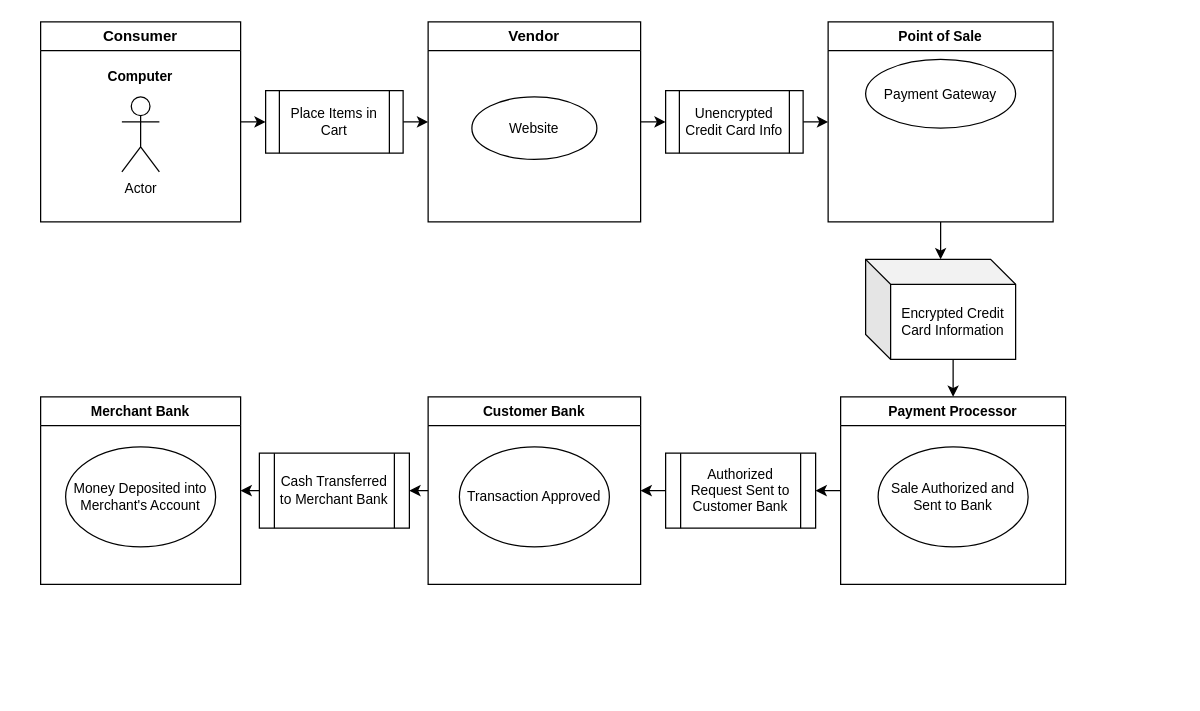
Earlier version of the draw.io diagram Credit Card Transaction Threat Model.drawio (oliverfanderson/DATA599-02-Diagrams). Source tidied: cells renumbered, new cells numbered last; positions are measured from the earlier drawing's top-left corner, leaving out a move shared by most shapes. Both pictures are drawn from the tidied source at 125%, with x=0, y=0 at pixel (21, 21).
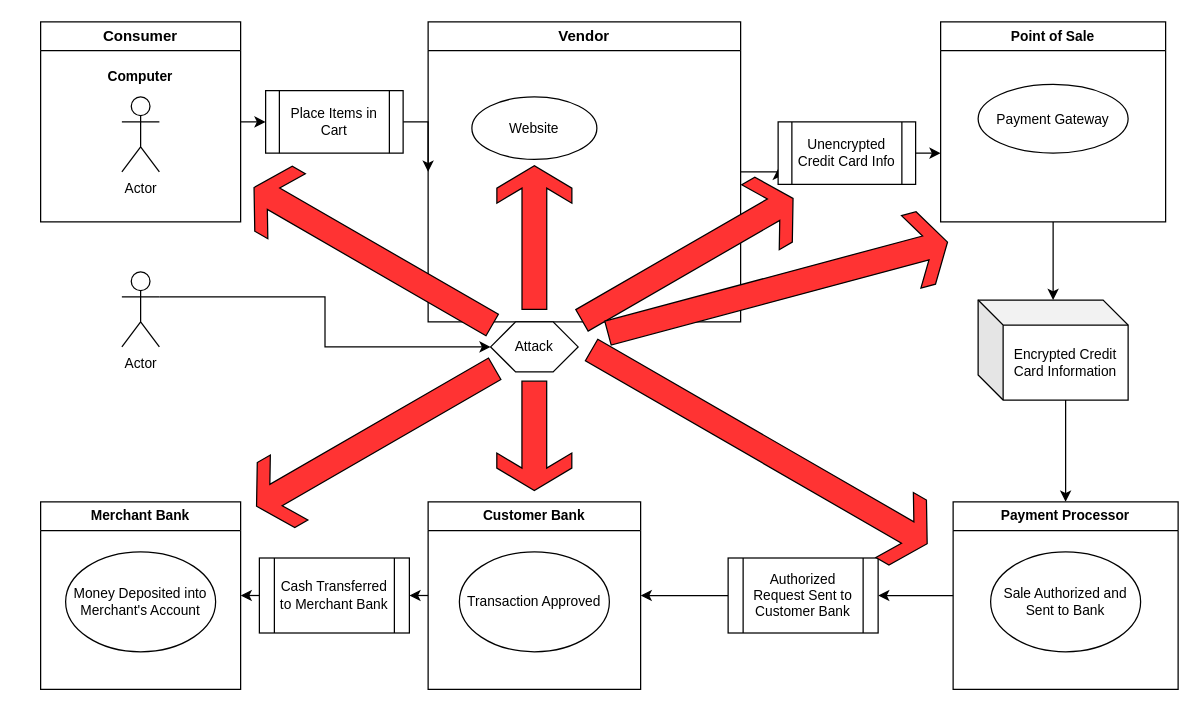
After the change.

What changed in the source:
```diff
@@
-    <mxCell id="6" style="edgeStyle=orthogonalEdgeStyle;rounded=0;jettySize=auto;html=1;exitX=1;exitY=0.5;exitDx=0;exitDy=0;entryX=0;entryY=0.5;entryDx=0;entryDy=0;fontSize=11;" parent="1" edge="1" source="7" target="24">
+    <mxCell id="6" style="edgeStyle=orthogonalEdgeStyle;rounded=0;jettySize=auto;html=1;exitX=1;exitY=0.5;exitDx=0;exitDy=0;entryX=0;entryY=0.75;entryDx=0;entryDy=0;fontSize=11;fontColor=#000000;" parent="1" edge="1" source="7" target="24">
       <mxGeometry relative="1" as="geometry" />
     </mxCell>
     <mxCell id="7" value="Vendor" style="swimlane;whiteSpace=wrap;html=1;" parent="1" vertex="1">
-      <mxGeometry x="325" width="170" height="160" as="geometry" />
+      <mxGeometry x="325" width="250" height="240" as="geometry" />
     </mxCell>
@@
+    <mxCell id="31" style="html=1;shadow=0;dashed=0;align=center;verticalAlign=middle;shape=mxgraph.arrows2.sharpArrow;dy1=0.67;dx1=18;dx2=18;notch=0;fontSize=11;fontColor=#000000;rotation=-90;labelBorderColor=none;fillColor=#FF3333;" parent="7" vertex="1">
+      <mxGeometry x="27.5" y="142.5" width="115" height="60" as="geometry" />
+    </mxCell>
+    <mxCell id="32" style="html=1;shadow=0;dashed=0;align=center;verticalAlign=middle;shape=mxgraph.arrows2.sharpArrow;dy1=0.67;dx1=18;dx2=18;notch=0;fontSize=11;fontColor=#000000;rotation=-30;labelBorderColor=none;fillColor=#FF3333;" parent="7" vertex="1">
+      <mxGeometry x="110" y="160" width="195" height="60" as="geometry" />
+    </mxCell>
+    <mxCell id="33" style="html=1;shadow=0;dashed=0;align=center;verticalAlign=middle;shape=mxgraph.arrows2.sharpArrow;dy1=0.67;dx1=18;dx2=18;notch=0;fontSize=11;fontColor=#000000;rotation=-150;labelBorderColor=none;fillColor=#FF3333;" parent="7" vertex="1">
+      <mxGeometry x="-154" y="157.5" width="220" height="60" as="geometry" />
+    </mxCell>
@@
     <mxCell id="11" value="Point of Sale" style="swimlane;whiteSpace=wrap;html=1;fontSize=11;" parent="1" vertex="1">
-      <mxGeometry x="645" width="180" height="160" as="geometry" />
+      <mxGeometry x="735" width="180" height="160" as="geometry" />
     </mxCell>
     <mxCell id="12" value="Payment Gateway" style="ellipse;whiteSpace=wrap;html=1;fontSize=11;" parent="11" vertex="1">
-      <mxGeometry x="30" y="30" width="120" height="55" as="geometry" />
+      <mxGeometry x="30" y="50" width="120" height="55" as="geometry" />
     </mxCell>
@@
     <mxCell id="14" value="Encrypted Credit Card Information" style="shape=cube;whiteSpace=wrap;html=1;boundedLbl=1;backgroundOutline=1;darkOpacity=0.05;darkOpacity2=0.1;fontSize=11;" parent="1" vertex="1">
-      <mxGeometry x="675" y="190" width="120" height="80" as="geometry" />
+      <mxGeometry x="765" y="222.5" width="120" height="80" as="geometry" />
     </mxCell>
@@
     <mxCell id="16" value="Payment Processor" style="swimlane;whiteSpace=wrap;html=1;fontSize=11;" parent="1" vertex="1">
-      <mxGeometry x="655" y="300" width="180" height="150" as="geometry" />
+      <mxGeometry x="745" y="383.9" width="180" height="150" as="geometry" />
     </mxCell>
@@
     <mxCell id="19" value="Customer Bank" style="swimlane;whiteSpace=wrap;html=1;fontSize=11;" parent="1" vertex="1">
-      <mxGeometry x="325" y="300" width="170" height="150" as="geometry" />
+      <mxGeometry x="325" y="383.9" width="170" height="150" as="geometry" />
     </mxCell>
@@
     <mxCell id="21" value="Merchant Bank" style="swimlane;whiteSpace=wrap;html=1;fontSize=11;" parent="1" vertex="1">
-      <mxGeometry x="15" y="300" width="160" height="150" as="geometry" />
+      <mxGeometry x="15" y="383.9" width="160" height="150" as="geometry" />
     </mxCell>
@@
-    <mxCell id="23" style="edgeStyle=orthogonalEdgeStyle;rounded=0;jettySize=auto;html=1;exitX=1;exitY=0.5;exitDx=0;exitDy=0;entryX=0;entryY=0.5;entryDx=0;entryDy=0;fontSize=11;" parent="1" edge="1" source="24" target="11">
-      <mxGeometry relative="1" as="geometry" />
-    </mxCell>
+    <mxCell id="34" style="edgeStyle=orthogonalEdgeStyle;rounded=0;jettySize=auto;html=1;exitX=1;exitY=0.5;exitDx=0;exitDy=0;fontSize=11;fontColor=#000000;" parent="1" edge="1" source="24">
+      <mxGeometry relative="1" as="geometry">
+        <mxPoint x="735" y="105" as="targetPoint" />
+      </mxGeometry>
+    </mxCell>
     <mxCell id="24" value="Unencrypted Credit Card Info" style="shape=process;whiteSpace=wrap;html=1;backgroundOutline=1;fontSize=11;" parent="1" vertex="1">
-      <mxGeometry x="515" y="55" width="110" height="50" as="geometry" />
+      <mxGeometry x="605" y="80" width="110" height="50" as="geometry" />
     </mxCell>
@@
     <mxCell id="28" value="Authorized Request Sent to Customer Bank" style="shape=process;whiteSpace=wrap;html=1;backgroundOutline=1;fontSize=11;" parent="1" vertex="1">
-      <mxGeometry x="515" y="345" width="120" height="60" as="geometry" />
+      <mxGeometry x="565" y="428.9" width="120" height="60" as="geometry" />
     </mxCell>
@@
     <mxCell id="30" value="Cash Transferred to Merchant Bank" style="shape=process;whiteSpace=wrap;html=1;backgroundOutline=1;fontSize=11;" parent="1" vertex="1">
-      <mxGeometry x="190" y="345" width="120" height="60" as="geometry" />
+      <mxGeometry x="190" y="428.9" width="120" height="60" as="geometry" />
     </mxCell>
+    <mxCell id="35" style="edgeStyle=orthogonalEdgeStyle;rounded=0;jettySize=auto;html=1;exitX=1;exitY=0.3333333333333333;exitDx=0;exitDy=0;exitPerimeter=0;entryX=0;entryY=0.5;entryDx=0;entryDy=0;fontSize=11;" parent="1" edge="1" source="36" target="37">
+      <mxGeometry relative="1" as="geometry" />
+    </mxCell>
+    <mxCell id="36" value="Actor" style="shape=umlActor;verticalLabelPosition=bottom;verticalAlign=top;html=1;outlineConnect=0;fontSize=11;" parent="1" vertex="1">
+      <mxGeometry x="80" y="200" width="30" height="60" as="geometry" />
+    </mxCell>
+    <mxCell id="37" value="Attack" style="shape=hexagon;perimeter=hexagonPerimeter2;whiteSpace=wrap;html=1;fixedSize=1;fontSize=11;" parent="1" vertex="1">
+      <mxGeometry x="375" y="240" width="70" height="40" as="geometry" />
+    </mxCell>
+    <mxCell id="38" style="html=1;shadow=0;dashed=0;align=center;verticalAlign=middle;shape=mxgraph.arrows2.sharpArrow;dy1=0.67;dx1=18;dx2=18;notch=0;fontSize=11;fontColor=#000000;rotation=-15;labelBorderColor=none;fillColor=#FF3333;" parent="1" vertex="1">
+      <mxGeometry x="464.1" y="182.6" width="281.2" height="60" as="geometry" />
+    </mxCell>
+    <mxCell id="39" style="html=1;shadow=0;dashed=0;align=center;verticalAlign=middle;shape=mxgraph.arrows2.sharpArrow;dy1=0.67;dx1=18;dx2=18;notch=0;fontSize=11;fontColor=#000000;rotation=30;labelBorderColor=none;fillColor=#FF3333;" parent="1" vertex="1">
+      <mxGeometry x="435" y="310" width="310" height="60" as="geometry" />
+    </mxCell>
+    <mxCell id="40" style="html=1;shadow=0;dashed=0;align=center;verticalAlign=middle;shape=mxgraph.arrows2.sharpArrow;dy1=0.67;dx1=18;dx2=18;notch=0;fontSize=11;fontColor=#000000;rotation=90;labelBorderColor=none;fillColor=#FF3333;" parent="1" vertex="1">
+      <mxGeometry x="366.2" y="301.2" width="87.5" height="60" as="geometry" />
+    </mxCell>
+    <mxCell id="41" style="html=1;shadow=0;dashed=0;align=center;verticalAlign=middle;shape=mxgraph.arrows2.sharpArrow;dy1=0.67;dx1=18;dx2=18;notch=0;fontSize=11;fontColor=#000000;rotation=-210;labelBorderColor=none;fillColor=#FF3333;" parent="1" vertex="1">
+      <mxGeometry x="173" y="302.5" width="220" height="60" as="geometry" />
+    </mxCell>
```
